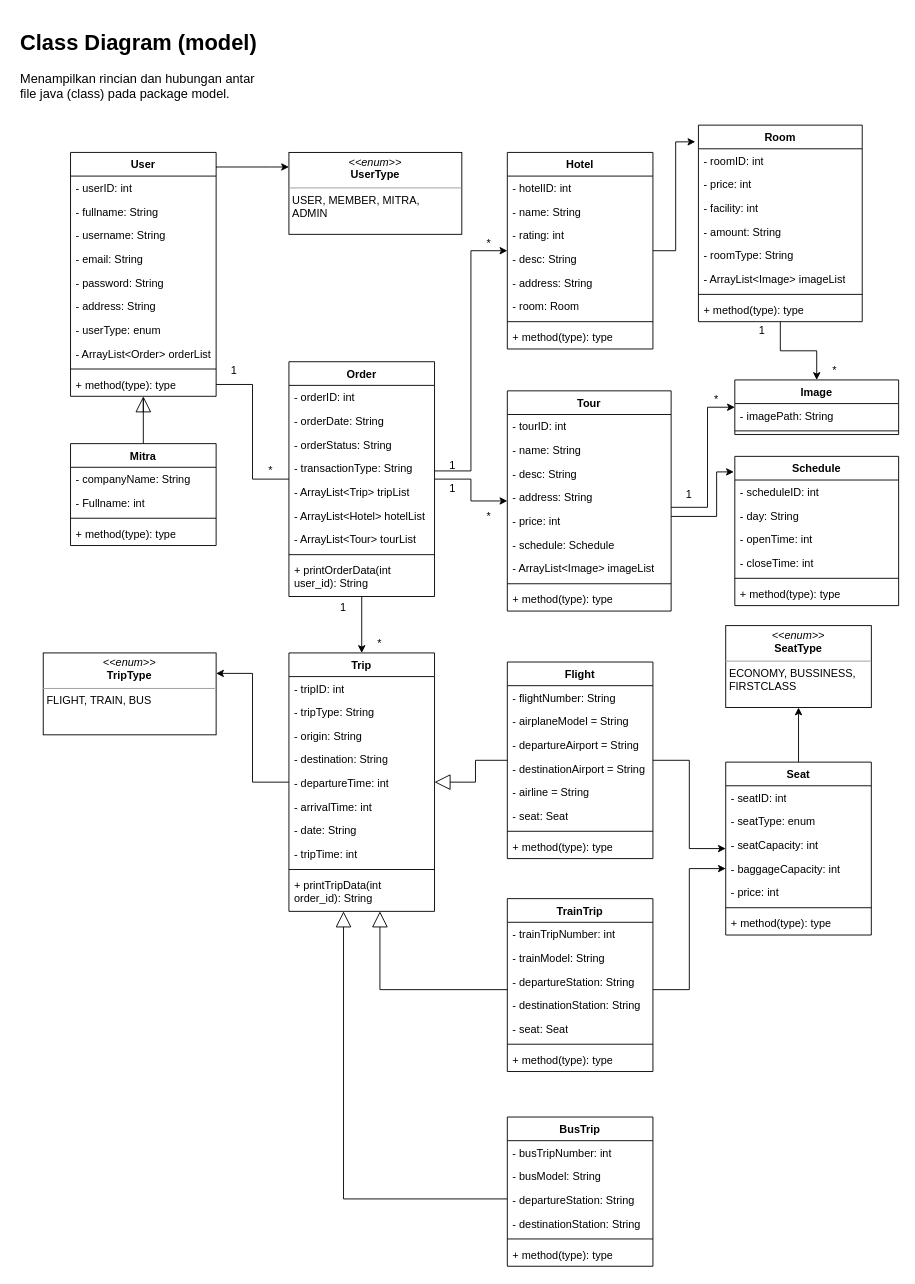
Earlier version of the draw.io diagram src/info/ClassDiagram.drawio (Thomassantosa/TubesPBO). Source tidied: cells renumbered, new cells numbered last; positions are measured from the earlier drawing's top-left corner, leaving out a move shared by most shapes. Both pictures are drawn from the tidied source at 91%, with x=0, y=0 at pixel (15, 25).
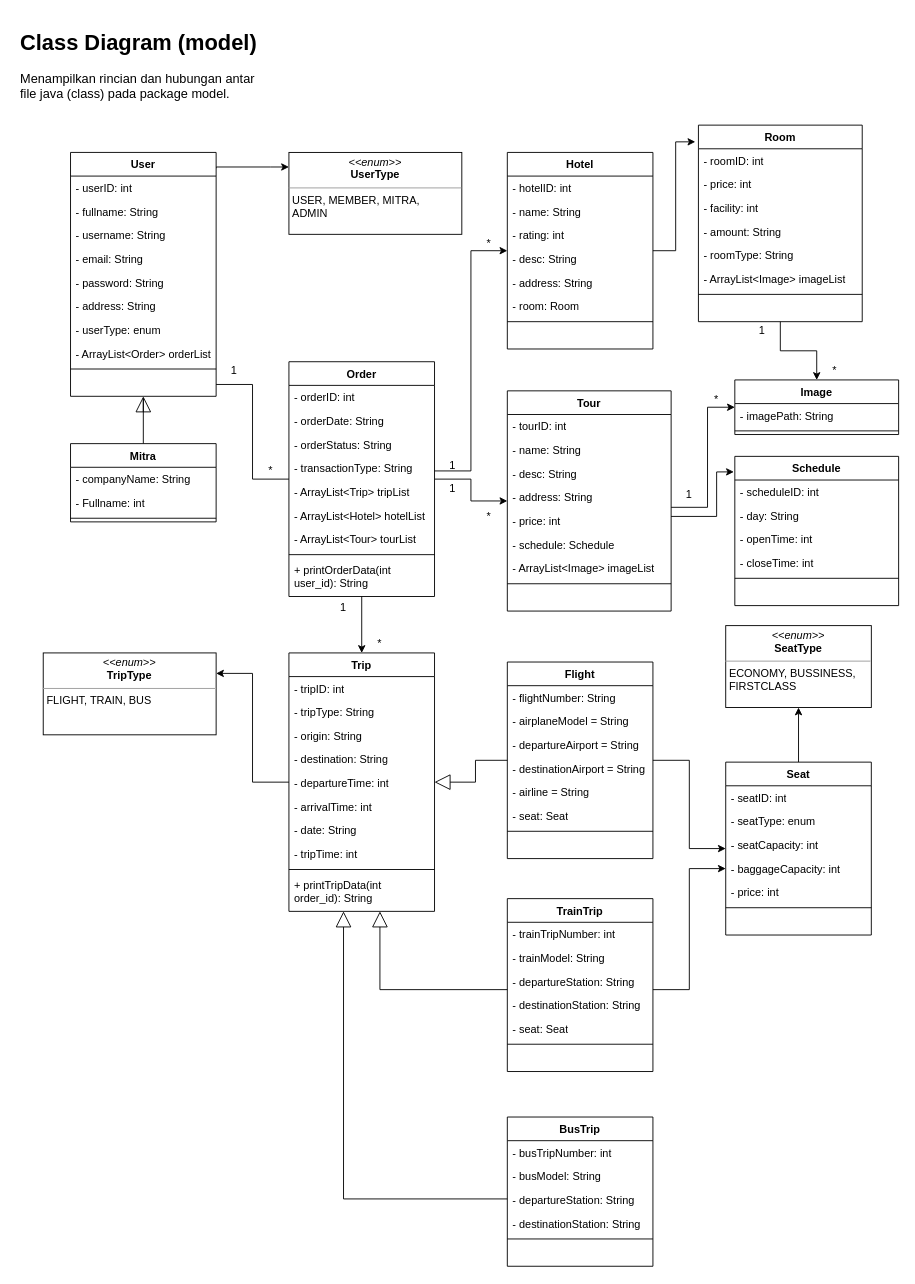
After the change.

Commit message (it also covers changes not shown here):
Edit Class Diagram Draft 2

Unchanged cells that the change refers to:
```xml
<mxCell id="4" value="User" style="swimlane;fontStyle=1;align=center;verticalAlign=top;horizontal=1;startSize=26;whiteSpace=wrap;" parent="1" vertex="1">
  <mxGeometry x="60" y="140" width="160" height="268" as="geometry" />
</mxCell>
<mxCell id="52" value="Flight" style="swimlane;fontStyle=1;align=center;verticalAlign=top;horizontal=1;startSize=26;whiteSpace=wrap;" parent="1" vertex="1">
  <mxGeometry x="540" y="700" width="160" height="216" as="geometry" />
</mxCell>
<mxCell id="62" value="Seat" style="swimlane;fontStyle=1;align=center;verticalAlign=top;horizontal=1;startSize=26;whiteSpace=wrap;" parent="1" vertex="1">
  <mxGeometry x="780" y="810" width="160" height="190" as="geometry" />
</mxCell>
<mxCell id="76" value="TrainTrip" style="swimlane;fontStyle=1;align=center;verticalAlign=top;horizontal=1;startSize=26;whiteSpace=wrap;" parent="1" vertex="1">
  <mxGeometry x="540" y="960" width="160" height="190" as="geometry" />
</mxCell>
<mxCell id="85" value="BusTrip" style="swimlane;fontStyle=1;align=center;verticalAlign=top;horizontal=1;startSize=26;whiteSpace=wrap;" parent="1" vertex="1">
  <mxGeometry x="540" y="1200" width="160" height="164" as="geometry" />
</mxCell>
<mxCell id="93" value="Hotel" style="swimlane;fontStyle=1;align=center;verticalAlign=top;horizontal=1;startSize=26;whiteSpace=wrap;" parent="1" vertex="1">
  <mxGeometry x="540" y="140" width="160" height="216" as="geometry" />
</mxCell>
<mxCell id="103" value="Room" style="swimlane;fontStyle=1;align=center;verticalAlign=top;horizontal=1;startSize=26;whiteSpace=wrap;" parent="1" vertex="1">
  <mxGeometry x="750" y="110" width="180" height="216" as="geometry" />
</mxCell>
<mxCell id="114" value="Tour" style="swimlane;fontStyle=1;align=center;verticalAlign=top;horizontal=1;startSize=26;whiteSpace=wrap;" parent="1" vertex="1">
  <mxGeometry x="540" y="402" width="180" height="242" as="geometry" />
</mxCell>
<mxCell id="124" value="Schedule" style="swimlane;fontStyle=1;align=center;verticalAlign=top;horizontal=1;startSize=26;whiteSpace=wrap;" parent="1" vertex="1">
  <mxGeometry x="790" y="474" width="180" height="164" as="geometry" />
</mxCell>
```

Change to the diagram source:
```diff
@@
-    <mxCell id="14" value="+ method(type): type" style="text;strokeColor=none;fillColor=none;align=left;verticalAlign=top;spacingLeft=4;spacingRight=4;overflow=hidden;points=[[0,0.5],[1,0.5]];portConstraint=eastwest;whiteSpace=wrap;" parent="4" vertex="1">
+    <mxCell id="14" value=" " style="text;strokeColor=none;fillColor=none;align=left;verticalAlign=top;spacingLeft=4;spacingRight=4;overflow=hidden;points=[[0,0.5],[1,0.5]];portConstraint=eastwest;whiteSpace=wrap;" parent="4" vertex="1">
       <mxGeometry y="242" width="160" height="26" as="geometry" />
     </mxCell>
@@
     <mxCell id="16" value="Mitra" style="swimlane;fontStyle=1;align=center;verticalAlign=top;horizontal=1;startSize=26;whiteSpace=wrap;" parent="1" vertex="1">
-      <mxGeometry x="60" y="460" width="160" height="112" as="geometry" />
+      <mxGeometry x="60" y="460" width="160" height="86" as="geometry" />
     </mxCell>
@@
-    <mxCell id="20" value="+ method(type): type" style="text;strokeColor=none;fillColor=none;align=left;verticalAlign=top;spacingLeft=4;spacingRight=4;overflow=hidden;whiteSpace=wrap;" parent="16" vertex="1">
-      <mxGeometry y="86" width="160" height="26" as="geometry" />
-    </mxCell>
@@
-    <mxCell id="60" value="+ method(type): type" style="text;strokeColor=none;fillColor=none;align=left;verticalAlign=top;spacingLeft=4;spacingRight=4;overflow=hidden;whiteSpace=wrap;" parent="52" vertex="1">
+    <mxCell id="60" value=" " style="text;strokeColor=none;fillColor=none;align=left;verticalAlign=top;spacingLeft=4;spacingRight=4;overflow=hidden;whiteSpace=wrap;" parent="52" vertex="1">
       <mxGeometry y="190" width="160" height="26" as="geometry" />
     </mxCell>
@@
-    <mxCell id="69" value="+ method(type): type" style="text;strokeColor=none;fillColor=none;align=left;verticalAlign=top;spacingLeft=4;spacingRight=4;overflow=hidden;whiteSpace=wrap;" parent="62" vertex="1">
+    <mxCell id="69" value=" " style="text;strokeColor=none;fillColor=none;align=left;verticalAlign=top;spacingLeft=4;spacingRight=4;overflow=hidden;whiteSpace=wrap;" parent="62" vertex="1">
       <mxGeometry y="164" width="160" height="26" as="geometry" />
     </mxCell>
@@
-    <mxCell id="83" value="+ method(type): type" style="text;strokeColor=none;fillColor=none;align=left;verticalAlign=top;spacingLeft=4;spacingRight=4;overflow=hidden;whiteSpace=wrap;" parent="76" vertex="1">
+    <mxCell id="83" value=" " style="text;strokeColor=none;fillColor=none;align=left;verticalAlign=top;spacingLeft=4;spacingRight=4;overflow=hidden;whiteSpace=wrap;" parent="76" vertex="1">
       <mxGeometry y="164" width="160" height="26" as="geometry" />
     </mxCell>
@@
-    <mxCell id="91" value="+ method(type): type" style="text;strokeColor=none;fillColor=none;align=left;verticalAlign=top;spacingLeft=4;spacingRight=4;overflow=hidden;whiteSpace=wrap;" parent="85" vertex="1">
+    <mxCell id="91" value=" " style="text;strokeColor=none;fillColor=none;align=left;verticalAlign=top;spacingLeft=4;spacingRight=4;overflow=hidden;whiteSpace=wrap;" parent="85" vertex="1">
       <mxGeometry y="138" width="160" height="26" as="geometry" />
     </mxCell>
@@
-    <mxCell id="101" value="+ method(type): type" style="text;strokeColor=none;fillColor=none;align=left;verticalAlign=top;spacingLeft=4;spacingRight=4;overflow=hidden;whiteSpace=wrap;" parent="93" vertex="1">
+    <mxCell id="101" value=" " style="text;strokeColor=none;fillColor=none;align=left;verticalAlign=top;spacingLeft=4;spacingRight=4;overflow=hidden;whiteSpace=wrap;" parent="93" vertex="1">
       <mxGeometry y="190" width="160" height="26" as="geometry" />
     </mxCell>
@@
-    <mxCell id="111" value="+ method(type): type" style="text;strokeColor=none;fillColor=none;align=left;verticalAlign=top;spacingLeft=4;spacingRight=4;overflow=hidden;whiteSpace=wrap;" parent="103" vertex="1">
+    <mxCell id="111" value=" " style="text;strokeColor=none;fillColor=none;align=left;verticalAlign=top;spacingLeft=4;spacingRight=4;overflow=hidden;whiteSpace=wrap;" parent="103" vertex="1">
       <mxGeometry y="190" width="180" height="26" as="geometry" />
     </mxCell>
@@
-    <mxCell id="123" value="+ method(type): type" style="text;strokeColor=none;fillColor=none;align=left;verticalAlign=top;spacingLeft=4;spacingRight=4;overflow=hidden;whiteSpace=wrap;" parent="114" vertex="1">
+    <mxCell id="123" value=" " style="text;strokeColor=none;fillColor=none;align=left;verticalAlign=top;spacingLeft=4;spacingRight=4;overflow=hidden;whiteSpace=wrap;" parent="114" vertex="1">
       <mxGeometry y="216" width="180" height="26" as="geometry" />
     </mxCell>
@@
-    <mxCell id="130" value="+ method(type): type" style="text;strokeColor=none;fillColor=none;align=left;verticalAlign=top;spacingLeft=4;spacingRight=4;overflow=hidden;whiteSpace=wrap;" parent="124" vertex="1">
+    <mxCell id="130" value=" " style="text;strokeColor=none;fillColor=none;align=left;verticalAlign=top;spacingLeft=4;spacingRight=4;overflow=hidden;whiteSpace=wrap;" parent="124" vertex="1">
       <mxGeometry y="138" width="180" height="26" as="geometry" />
     </mxCell>
```
